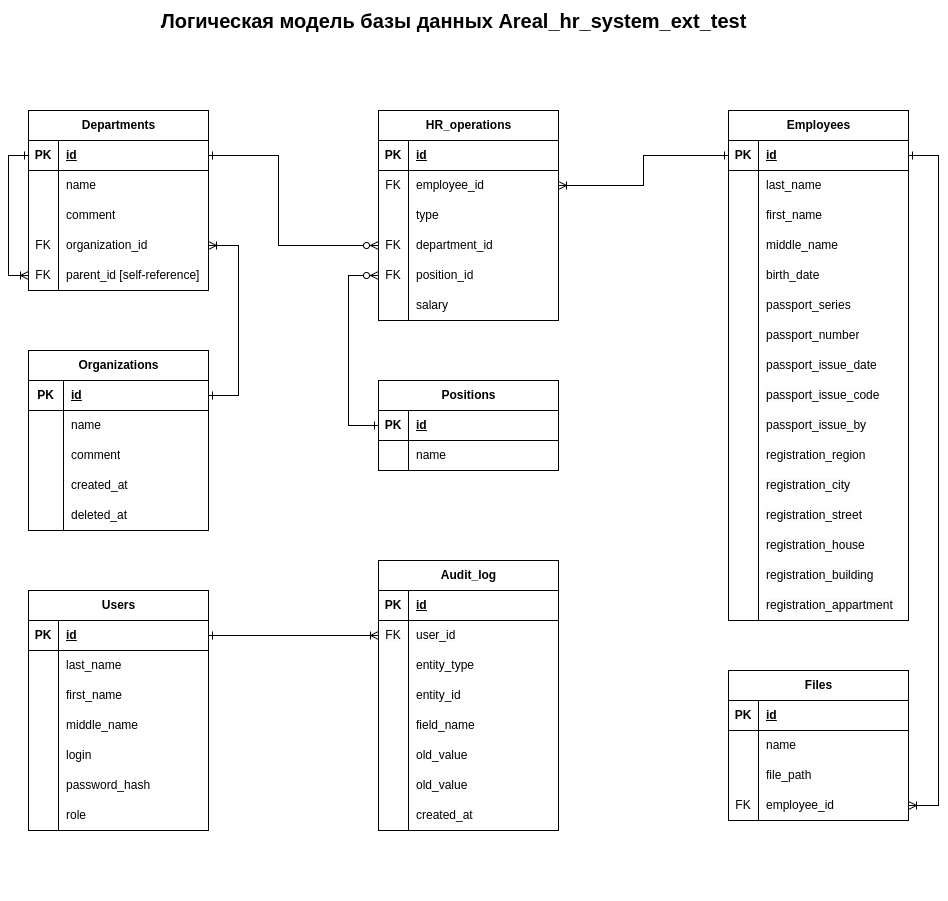
zelenkow/areal-hr_ext-test keeps this draw.io diagram as docs/database/hr_system.drawio.png. Above is the earlier version. Source tidied: cells renumbered, new cells last; positions are measured from the earlier drawing's top-left corner, leaving out a move shared by most shapes.
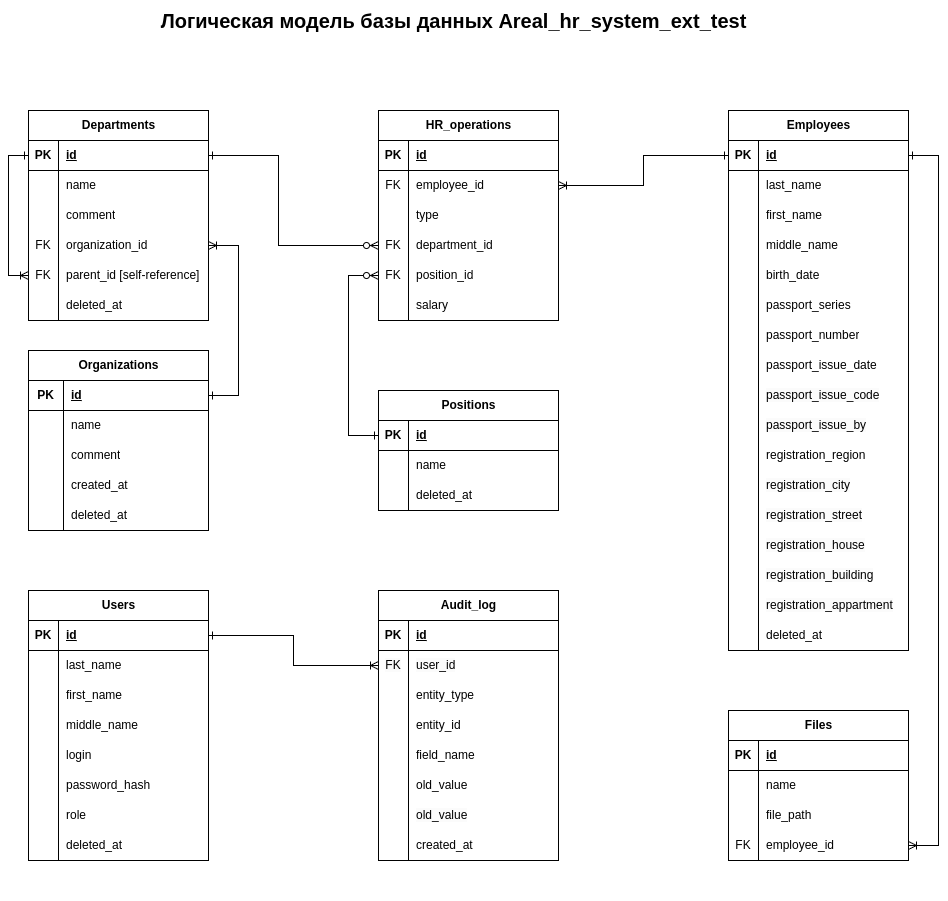
After the commit.

Commit message:
fix_database_diagram

What changed in the source:
```diff
@@ -57,7 +57,7 @@
       <mxGeometry width="30" height="30" as="geometry" />
     </mxCell>
     <mxCell id="20" value="&lt;pre&gt;&lt;font face=&quot;Helvetica&quot;&gt;Departments&lt;/font&gt;&lt;/pre&gt;" style="shape=table;startSize=30;rowLines=0;fontStyle=1;align=center;html=1;" parent="1" vertex="1">
-      <mxGeometry x="20" y="110" width="180" height="180" as="geometry" />
+      <mxGeometry x="20" y="110" width="180" height="210" as="geometry" />
     </mxCell>
     <mxCell id="21" style="shape=tableRow;horizontal=0;startSize=0;swimlaneHead=0;swimlaneBody=0;fillColor=none;points=[[0,0.5],[1,0.5]];portConstraint=eastwest;top=0;left=0;right=0;bottom=1;" parent="20" vertex="1">
       <mxGeometry y="30" width="180" height="30" as="geometry" />
@@ -104,6 +104,15 @@
     <mxCell id="35" value="parent_id [&lt;span style=&quot;background-color: transparent; color: light-dark(rgb(0, 0, 0), rgb(255, 255, 255));&quot;&gt;self-reference]&lt;/span&gt;" style="shape=partialRectangle;fillColor=none;top=0;left=0;bottom=0;right=0;align=left;spacingLeft=6;overflow=hidden;whiteSpace=wrap;html=1;" parent="33" vertex="1">
       <mxGeometry x="30" width="150" height="30" as="geometry" />
     </mxCell>
+    <mxCell id="179" style="shape=tableRow;horizontal=0;startSize=0;swimlaneHead=0;swimlaneBody=0;fillColor=none;top=0;left=0;right=0;bottom=0;" parent="20" vertex="1">
+      <mxGeometry y="180" width="180" height="30" as="geometry" />
+    </mxCell>
+    <mxCell id="180" style="shape=partialRectangle;fillColor=none;top=0;left=0;bottom=0;right=0;overflow=hidden;whiteSpace=wrap;html=1;" parent="179" vertex="1">
+      <mxGeometry width="30" height="30" as="geometry" />
+    </mxCell>
+    <mxCell id="181" value="deleted_at" style="shape=partialRectangle;fillColor=none;top=0;left=0;bottom=0;right=0;align=left;spacingLeft=6;overflow=hidden;whiteSpace=wrap;html=1;" parent="179" vertex="1">
+      <mxGeometry x="30" width="150" height="30" as="geometry" />
+    </mxCell>
     <mxCell id="36" style="edgeStyle=orthogonalEdgeStyle;rounded=0;jettySize=auto;html=1;endArrow=ERoneToMany;endFill=0;startArrow=ERone;startFill=0;entryX=0;entryY=0.5;entryDx=0;entryDy=0;exitX=0;exitY=0.5;exitDx=0;exitDy=0;" parent="20" edge="1" source="21" target="33">
       <mxGeometry relative="1" as="geometry">
         <Array as="points">
@@ -113,7 +122,7 @@
       </mxGeometry>
     </mxCell>
     <mxCell id="37" value="Positions" style="shape=table;startSize=30;rowLines=0;fontStyle=1;align=center;html=1;" parent="1" vertex="1">
-      <mxGeometry x="370" y="380" width="180" height="90" as="geometry" />
+      <mxGeometry x="370" y="390" width="180" height="120" as="geometry" />
     </mxCell>
     <mxCell id="38" style="shape=tableRow;horizontal=0;startSize=0;swimlaneHead=0;swimlaneBody=0;fillColor=none;points=[[0,0.5],[1,0.5]];portConstraint=eastwest;top=0;left=0;right=0;bottom=1;" parent="37" vertex="1">
       <mxGeometry y="30" width="180" height="30" as="geometry" />
@@ -133,8 +142,17 @@
     <mxCell id="43" value="name" style="shape=partialRectangle;fillColor=none;top=0;left=0;bottom=0;right=0;align=left;spacingLeft=6;overflow=hidden;whiteSpace=wrap;html=1;" parent="41" vertex="1">
       <mxGeometry x="30" width="150" height="30" as="geometry" />
     </mxCell>
+    <mxCell id="182" style="shape=tableRow;horizontal=0;startSize=0;swimlaneHead=0;swimlaneBody=0;fillColor=none;top=0;left=0;right=0;bottom=0;" parent="37" vertex="1">
+      <mxGeometry y="90" width="180" height="30" as="geometry" />
+    </mxCell>
+    <mxCell id="183" style="shape=partialRectangle;fillColor=none;top=0;left=0;bottom=0;right=0;overflow=hidden;whiteSpace=wrap;html=1;" parent="182" vertex="1">
+      <mxGeometry width="30" height="30" as="geometry" />
+    </mxCell>
+    <mxCell id="184" value="deleted_at" style="shape=partialRectangle;fillColor=none;top=0;left=0;bottom=0;right=0;align=left;spacingLeft=6;overflow=hidden;whiteSpace=wrap;html=1;" parent="182" vertex="1">
+      <mxGeometry x="30" width="150" height="30" as="geometry" />
+    </mxCell>
     <mxCell id="44" value="Employees" style="shape=table;startSize=30;rowLines=0;fontStyle=1;align=center;html=1;" parent="1" vertex="1">
-      <mxGeometry x="720" y="110" width="180" height="510" as="geometry" />
+      <mxGeometry x="720" y="110" width="180" height="540" as="geometry" />
     </mxCell>
     <mxCell id="45" style="shape=tableRow;horizontal=0;startSize=0;swimlaneHead=0;swimlaneBody=0;fillColor=none;points=[[0,0.5],[1,0.5]];portConstraint=eastwest;top=0;left=0;right=0;bottom=1;" parent="44" vertex="1">
       <mxGeometry y="30" width="180" height="30" as="geometry" />
@@ -280,8 +298,17 @@
     <mxCell id="92" value="&lt;span style=&quot;color: rgb(0, 0, 0); font-family: Helvetica; font-size: 12px; font-style: normal; font-variant-ligatures: normal; font-variant-caps: normal; font-weight: 400; letter-spacing: normal; orphans: 2; text-align: left; text-indent: 0px; text-transform: none; widows: 2; word-spacing: 0px; -webkit-text-stroke-width: 0px; white-space: normal; background-color: rgb(251, 251, 251); text-decoration-thickness: initial; text-decoration-style: initial; text-decoration-color: initial; display: inline !important; float: none;&quot;&gt;registration_appartment&lt;/span&gt;" style="shape=partialRectangle;fillColor=none;top=0;left=0;bottom=0;right=0;align=left;spacingLeft=6;overflow=hidden;whiteSpace=wrap;html=1;" parent="90" vertex="1">
       <mxGeometry x="30" width="150" height="30" as="geometry" />
     </mxCell>
+    <mxCell id="185" style="shape=tableRow;horizontal=0;startSize=0;swimlaneHead=0;swimlaneBody=0;fillColor=none;top=0;left=0;right=0;bottom=0;" parent="44" vertex="1">
+      <mxGeometry y="510" width="180" height="30" as="geometry" />
+    </mxCell>
+    <mxCell id="186" style="shape=partialRectangle;fillColor=none;top=0;left=0;bottom=0;right=0;overflow=hidden;whiteSpace=wrap;html=1;" parent="185" vertex="1">
+      <mxGeometry width="30" height="30" as="geometry" />
+    </mxCell>
+    <mxCell id="187" value="deleted_at" style="shape=partialRectangle;fillColor=none;top=0;left=0;bottom=0;right=0;align=left;spacingLeft=6;overflow=hidden;whiteSpace=wrap;html=1;" parent="185" vertex="1">
+      <mxGeometry x="30" width="150" height="30" as="geometry" />
+    </mxCell>
     <mxCell id="93" value="Files" style="shape=table;startSize=30;rowLines=0;fontStyle=1;align=center;html=1;" parent="1" vertex="1">
-      <mxGeometry x="720" y="670" width="180" height="150" as="geometry" />
+      <mxGeometry x="720" y="710" width="180" height="150" as="geometry" />
     </mxCell>
     <mxCell id="94" style="shape=tableRow;horizontal=0;startSize=0;swimlaneHead=0;swimlaneBody=0;fillColor=none;top=0;left=0;right=0;bottom=1;" parent="93" vertex="1">
       <mxGeometry y="30" width="180" height="30" as="geometry" />
@@ -320,7 +347,7 @@
       <mxGeometry x="30" width="150" height="30" as="geometry" />
     </mxCell>
     <mxCell id="106" value="Users" style="shape=table;startSize=30;rowLines=0;fontStyle=1;align=center;html=1;" parent="1" vertex="1">
-      <mxGeometry x="20" y="590" width="180" height="240" as="geometry" />
+      <mxGeometry x="20" y="590" width="180" height="270" as="geometry" />
     </mxCell>
     <mxCell id="107" style="shape=tableRow;horizontal=0;startSize=0;swimlaneHead=0;swimlaneBody=0;fillColor=none;points=[[0,0.5],[1,0.5]];portConstraint=eastwest;top=0;left=0;right=0;bottom=1;" parent="106" vertex="1">
       <mxGeometry y="30" width="180" height="30" as="geometry" />
@@ -385,6 +412,15 @@
     <mxCell id="127" value="role" style="shape=partialRectangle;fillColor=none;top=0;left=0;bottom=0;right=0;align=left;spacingLeft=6;overflow=hidden;whiteSpace=wrap;html=1;" parent="125" vertex="1">
       <mxGeometry x="30" width="150" height="30" as="geometry" />
     </mxCell>
+    <mxCell id="188" style="shape=tableRow;horizontal=0;startSize=0;swimlaneHead=0;swimlaneBody=0;fillColor=none;top=0;left=0;right=0;bottom=0;" parent="106" vertex="1">
+      <mxGeometry y="240" width="180" height="30" as="geometry" />
+    </mxCell>
+    <mxCell id="189" style="shape=partialRectangle;fillColor=none;top=0;left=0;bottom=0;right=0;overflow=hidden;whiteSpace=wrap;html=1;" parent="188" vertex="1">
+      <mxGeometry width="30" height="30" as="geometry" />
+    </mxCell>
+    <mxCell id="190" value="deleted_at" style="shape=partialRectangle;fillColor=none;top=0;left=0;bottom=0;right=0;align=left;spacingLeft=6;overflow=hidden;whiteSpace=wrap;html=1;" parent="188" vertex="1">
+      <mxGeometry x="30" width="150" height="30" as="geometry" />
+    </mxCell>
     <mxCell id="128" value="HR_operations" style="shape=table;startSize=30;rowLines=0;fontStyle=1;align=center;html=1;" parent="1" vertex="1">
       <mxGeometry x="370" y="110" width="180" height="210" as="geometry" />
     </mxCell>
@@ -443,7 +479,7 @@
       <mxGeometry x="30" width="150" height="30" as="geometry" />
     </mxCell>
     <mxCell id="147" value="Audit_log" style="shape=table;startSize=30;rowLines=0;fontStyle=1;align=center;html=1;" parent="1" vertex="1">
-      <mxGeometry x="370" y="560" width="180" height="270" as="geometry" />
+      <mxGeometry x="370" y="590" width="180" height="270" as="geometry" />
     </mxCell>
     <mxCell id="148" style="shape=tableRow;horizontal=0;startSize=0;swimlaneHead=0;swimlaneBody=0;fillColor=none;top=0;left=0;right=0;bottom=1;" parent="147" vertex="1">
       <mxGeometry y="30" width="180" height="30" as="geometry" />
@@ -525,10 +561,10 @@
         </Array>
       </mxGeometry>
     </mxCell>
-    <mxCell id="173" style="edgeStyle=orthogonalEdgeStyle;rounded=0;jettySize=auto;html=1;entryX=1;entryY=0.5;entryDx=0;entryDy=0;endArrow=ERone;endFill=0;startArrow=ERoneToMany;startFill=0;" parent="1" edge="1" source="103" target="45">
+    <mxCell id="173" style="edgeStyle=orthogonalEdgeStyle;rounded=0;jettySize=auto;html=1;entryX=1;entryY=0.5;entryDx=0;entryDy=0;endArrow=ERone;endFill=0;startArrow=ERoneToMany;startFill=0;exitX=1;exitY=0.5;exitDx=0;exitDy=0;" parent="1" edge="1" source="103" target="45">
       <mxGeometry relative="1" as="geometry">
         <Array as="points">
-          <mxPoint x="930" y="805" />
+          <mxPoint x="930" y="845" />
           <mxPoint x="930" y="155" />
         </Array>
       </mxGeometry>
@@ -548,7 +584,7 @@
       <mxGeometry relative="1" as="geometry">
         <Array as="points">
           <mxPoint x="340" y="275" />
-          <mxPoint x="340" y="425" />
+          <mxPoint x="340" y="435" />
         </Array>
       </mxGeometry>
     </mxCell>
```
